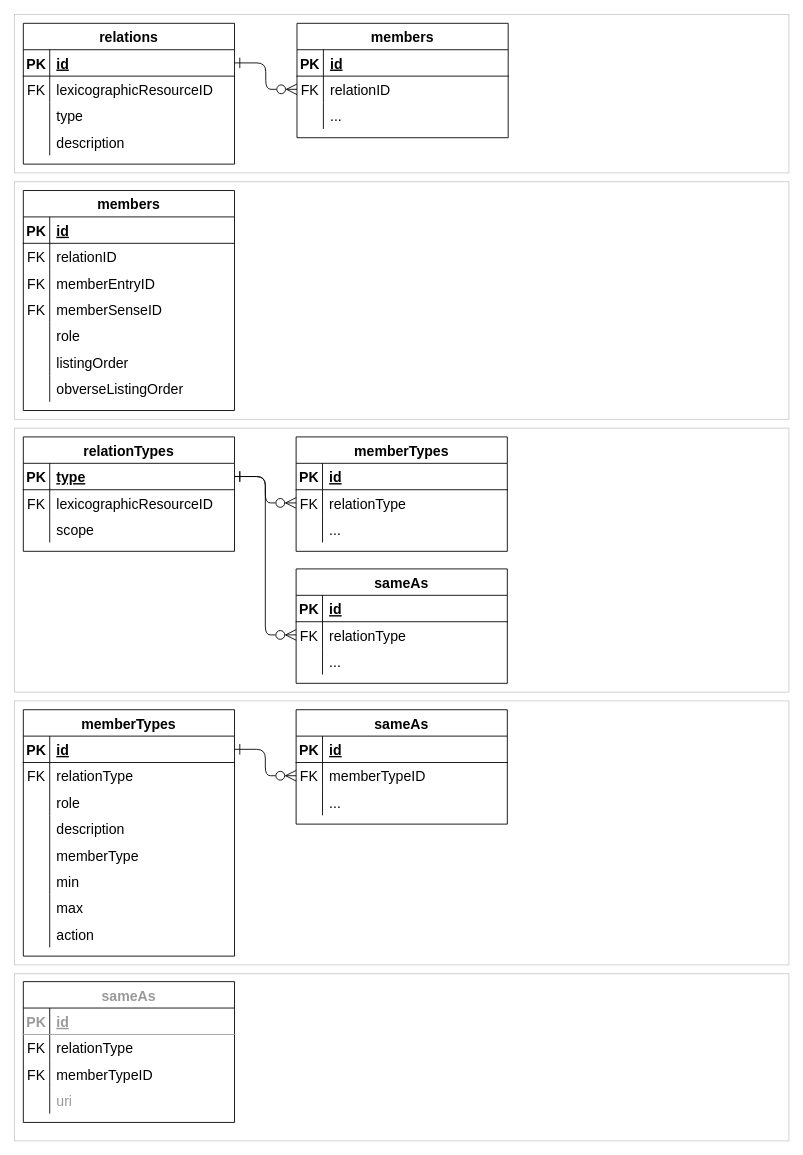
Above: dmlex-v1.0/specification/modules/linking/databaseDiagrams/diagrams.drawio in oasis-tcs/lexidma (draw.io), before the change. Source tidied: cells renumbered, new cells numbered last; positions are measured from the earlier drawing's top-left corner, leaving out a move shared by most shapes. Both pictures are drawn from the tidied source at 88%, with x=0, y=0 at pixel (14, 14).
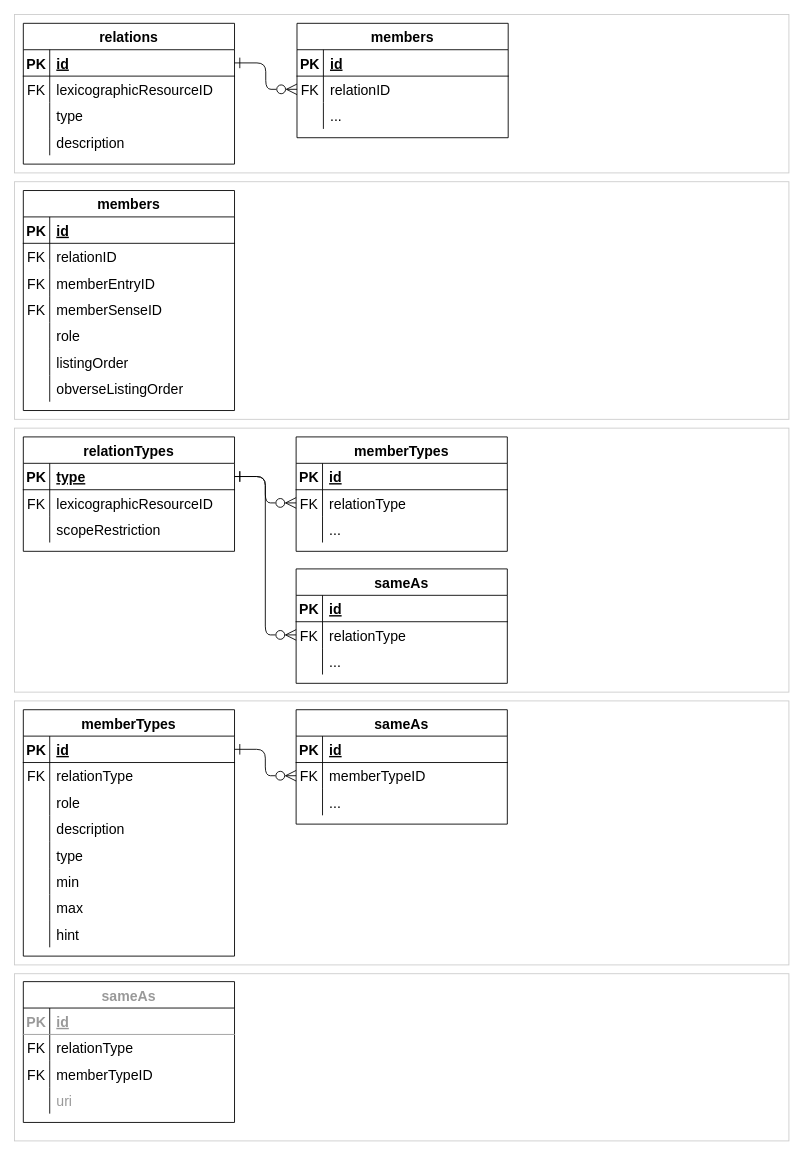
Above is the later version.

Unchanged cells that the change refers to:
```xml
<mxCell id="59" style="shape=tableRow;horizontal=0;startSize=0;swimlaneHead=0;swimlaneBody=0;fillColor=none;top=0;left=0;right=0;bottom=0;fontSize=16;" parent="52" vertex="1">
  <mxGeometry y="90" width="240" height="30" as="geometry" />
</mxCell>
<mxCell id="97" style="shape=tableRow;horizontal=0;startSize=0;swimlaneHead=0;swimlaneBody=0;fillColor=none;top=0;left=0;right=0;bottom=0;fontSize=16;" parent="84" vertex="1">
  <mxGeometry y="150" width="240" height="30" as="geometry" />
</mxCell>
<mxCell id="106" style="shape=tableRow;horizontal=0;startSize=0;swimlaneHead=0;swimlaneBody=0;fillColor=none;top=0;left=0;right=0;bottom=0;fontSize=16;" parent="84" vertex="1">
  <mxGeometry y="240" width="240" height="30" as="geometry" />
</mxCell>
```

The edit, as a diff of the source:
```diff
@@
-    <mxCell id="61" value="scope" style="shape=partialRectangle;fillColor=none;top=0;left=0;bottom=0;right=0;align=left;spacingLeft=6;overflow=hidden;fontSize=16;" parent="59" vertex="1">
+    <mxCell id="61" value="scopeRestriction" style="shape=partialRectangle;fillColor=none;top=0;left=0;bottom=0;right=0;align=left;spacingLeft=6;overflow=hidden;fontSize=16;" parent="59" vertex="1">
       <mxGeometry x="30" width="210" height="30" as="geometry" />
     </mxCell>
@@
-    <mxCell id="99" value="memberType" style="shape=partialRectangle;fillColor=none;top=0;left=0;bottom=0;right=0;align=left;spacingLeft=6;overflow=hidden;fontSize=16;" parent="97" vertex="1">
+    <mxCell id="99" value="type" style="shape=partialRectangle;fillColor=none;top=0;left=0;bottom=0;right=0;align=left;spacingLeft=6;overflow=hidden;fontSize=16;" parent="97" vertex="1">
       <mxGeometry x="30" width="210" height="30" as="geometry" />
     </mxCell>
@@
-    <mxCell id="108" value="action" style="shape=partialRectangle;fillColor=none;top=0;left=0;bottom=0;right=0;align=left;spacingLeft=6;overflow=hidden;fontSize=16;" parent="106" vertex="1">
+    <mxCell id="108" value="hint" style="shape=partialRectangle;fillColor=none;top=0;left=0;bottom=0;right=0;align=left;spacingLeft=6;overflow=hidden;fontSize=16;" parent="106" vertex="1">
       <mxGeometry x="30" width="210" height="30" as="geometry" />
     </mxCell>
```
